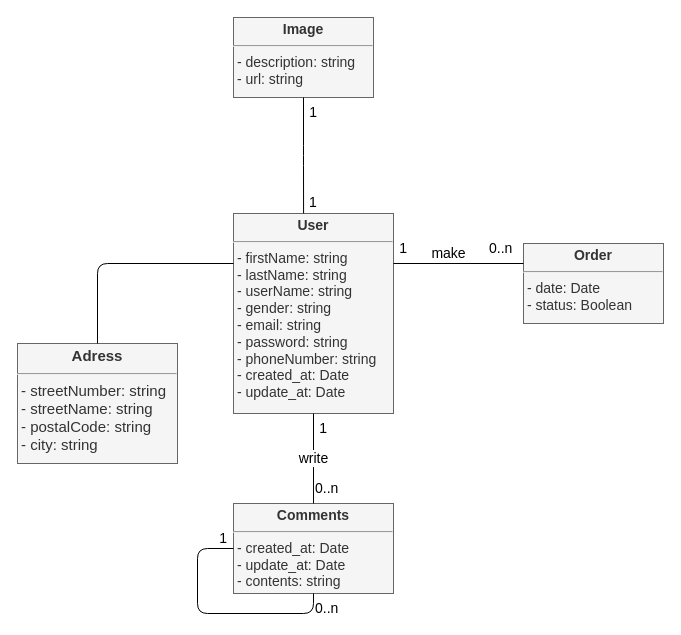
Ketut38/P9-wild-adventures keeps this draw.io diagram as fonctionnel/ms-user-class-diagram.drawio. Above is the earlier version. Source tidied: cells renumbered, new cells numbered last; positions are measured from the earlier drawing's top-left corner, leaving out a move shared by most shapes. Both pictures are drawn from the tidied source at 100%, with x=0, y=0 at pixel (17, 17).
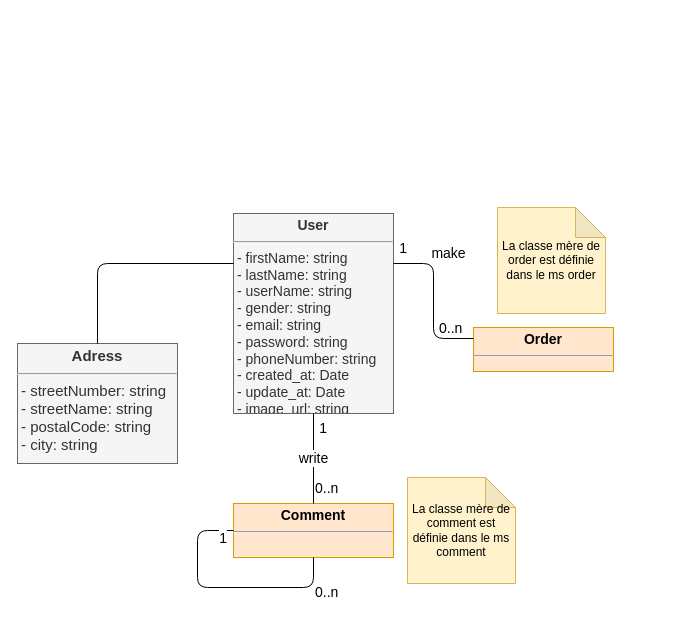
The same diagram, later.

Diff of the diagram source:
```diff
@@
-    <mxCell id="2" value="&lt;p style=&quot;margin: 4px 0px 0px ; text-align: center ; font-size: 14px&quot;&gt;&lt;b style=&quot;font-size: 14px&quot;&gt;&lt;font style=&quot;font-size: 14px&quot;&gt;User&lt;/font&gt;&lt;/b&gt;&lt;/p&gt;&lt;hr style=&quot;font-size: 14px&quot;&gt;&lt;p style=&quot;margin: 0px 0px 0px 4px ; font-size: 14px&quot;&gt;&lt;span style=&quot;font-size: 14px&quot;&gt;- firstName: string&lt;/span&gt;&lt;br style=&quot;font-size: 14px&quot;&gt;&lt;/p&gt;&lt;p style=&quot;margin: 0px 0px 0px 4px ; font-size: 14px&quot;&gt;&lt;font style=&quot;font-size: 14px&quot;&gt;- lastName: string&lt;br style=&quot;font-size: 14px&quot;&gt;&lt;/font&gt;&lt;/p&gt;&lt;p style=&quot;margin: 0px 0px 0px 4px ; font-size: 14px&quot;&gt;&lt;font style=&quot;font-size: 14px&quot;&gt;- userName: string&lt;/font&gt;&lt;/p&gt;&lt;p style=&quot;margin: 0px 0px 0px 4px ; font-size: 14px&quot;&gt;&lt;font style=&quot;font-size: 14px&quot;&gt;- gender: string&lt;/font&gt;&lt;/p&gt;&lt;p style=&quot;margin: 0px 0px 0px 4px ; font-size: 14px&quot;&gt;&lt;font style=&quot;font-size: 14px&quot;&gt;- email: string&lt;/font&gt;&lt;/p&gt;&lt;p style=&quot;margin: 0px 0px 0px 4px ; font-size: 14px&quot;&gt;&lt;font style=&quot;font-size: 14px&quot;&gt;- password: string&lt;/font&gt;&lt;/p&gt;&lt;p style=&quot;margin: 0px 0px 0px 4px ; font-size: 14px&quot;&gt;&lt;font style=&quot;font-size: 14px&quot;&gt;- phoneNumber: string&lt;/font&gt;&lt;/p&gt;&lt;p style=&quot;margin: 0px 0px 0px 4px ; font-size: 14px&quot;&gt;&lt;font style=&quot;font-size: 14px&quot;&gt;- created_at: Date&lt;/font&gt;&lt;/p&gt;&lt;p style=&quot;margin: 0px 0px 0px 4px ; font-size: 14px&quot;&gt;&lt;font style=&quot;font-size: 14px&quot;&gt;- update_at: Date&lt;/font&gt;&lt;/p&gt;&lt;p style=&quot;margin: 0px 0px 0px 4px ; font-size: 14px&quot;&gt;&lt;br style=&quot;font-size: 14px&quot;&gt;&lt;/p&gt;" style="verticalAlign=top;align=left;overflow=fill;fontSize=14;fontFamily=Helvetica;html=1;fillColor=#f5f5f5;strokeColor=#666666;fontColor=#333333;" parent="1" vertex="1">
+    <mxCell id="2" value="&lt;p style=&quot;margin: 4px 0px 0px ; text-align: center ; font-size: 14px&quot;&gt;&lt;b style=&quot;font-size: 14px&quot;&gt;&lt;font style=&quot;font-size: 14px&quot;&gt;User&lt;/font&gt;&lt;/b&gt;&lt;/p&gt;&lt;hr style=&quot;font-size: 14px&quot;&gt;&lt;p style=&quot;margin: 0px 0px 0px 4px ; font-size: 14px&quot;&gt;&lt;span style=&quot;font-size: 14px&quot;&gt;- firstName: string&lt;/span&gt;&lt;br style=&quot;font-size: 14px&quot;&gt;&lt;/p&gt;&lt;p style=&quot;margin: 0px 0px 0px 4px ; font-size: 14px&quot;&gt;&lt;font style=&quot;font-size: 14px&quot;&gt;- lastName: string&lt;br style=&quot;font-size: 14px&quot;&gt;&lt;/font&gt;&lt;/p&gt;&lt;p style=&quot;margin: 0px 0px 0px 4px ; font-size: 14px&quot;&gt;&lt;font style=&quot;font-size: 14px&quot;&gt;- userName: string&lt;/font&gt;&lt;/p&gt;&lt;p style=&quot;margin: 0px 0px 0px 4px ; font-size: 14px&quot;&gt;&lt;font style=&quot;font-size: 14px&quot;&gt;- gender: string&lt;/font&gt;&lt;/p&gt;&lt;p style=&quot;margin: 0px 0px 0px 4px ; font-size: 14px&quot;&gt;&lt;font style=&quot;font-size: 14px&quot;&gt;- email: string&lt;/font&gt;&lt;/p&gt;&lt;p style=&quot;margin: 0px 0px 0px 4px ; font-size: 14px&quot;&gt;&lt;font style=&quot;font-size: 14px&quot;&gt;- password: string&lt;/font&gt;&lt;/p&gt;&lt;p style=&quot;margin: 0px 0px 0px 4px ; font-size: 14px&quot;&gt;&lt;font style=&quot;font-size: 14px&quot;&gt;- phoneNumber: string&lt;/font&gt;&lt;/p&gt;&lt;p style=&quot;margin: 0px 0px 0px 4px ; font-size: 14px&quot;&gt;&lt;font style=&quot;font-size: 14px&quot;&gt;- created_at: Date&lt;/font&gt;&lt;/p&gt;&lt;p style=&quot;margin: 0px 0px 0px 4px ; font-size: 14px&quot;&gt;&lt;font style=&quot;font-size: 14px&quot;&gt;- update_at: Date&lt;/font&gt;&lt;/p&gt;&lt;p style=&quot;margin: 0px 0px 0px 4px ; font-size: 14px&quot;&gt;&lt;font style=&quot;font-size: 14px&quot;&gt;- image_url: string&lt;/font&gt;&lt;/p&gt;&lt;p style=&quot;margin: 0px 0px 0px 4px ; font-size: 14px&quot;&gt;&lt;br style=&quot;font-size: 14px&quot;&gt;&lt;/p&gt;" style="verticalAlign=top;align=left;overflow=fill;fontSize=14;fontFamily=Helvetica;html=1;fillColor=#f5f5f5;strokeColor=#666666;fontColor=#333333;" parent="1" vertex="1">
       <mxGeometry x="216" y="196" width="160" height="200" as="geometry" />
     </mxCell>
-    <mxCell id="3" value="&lt;p style=&quot;margin: 4px 0px 0px; text-align: center; font-size: 14px;&quot;&gt;&lt;b style=&quot;font-size: 14px;&quot;&gt;&lt;font style=&quot;font-size: 14px;&quot;&gt;Comments&lt;/font&gt;&lt;/b&gt;&lt;/p&gt;&lt;hr style=&quot;font-size: 14px;&quot;&gt;&lt;p style=&quot;margin: 0px 0px 0px 4px; font-size: 14px;&quot;&gt;- created_at: Date&lt;/p&gt;&lt;p style=&quot;margin: 0px 0px 0px 4px; font-size: 14px;&quot;&gt;&lt;span style=&quot;font-size: 14px;&quot;&gt;- update_at: Date&lt;/span&gt;&lt;/p&gt;&lt;p style=&quot;margin: 0px 0px 0px 4px; font-size: 14px;&quot;&gt;&lt;span style=&quot;font-size: 14px;&quot;&gt;- contents: string&lt;/span&gt;&lt;br style=&quot;font-size: 14px;&quot;&gt;&lt;/p&gt;" style="verticalAlign=top;align=left;overflow=fill;fontSize=14;fontFamily=Helvetica;html=1;fillColor=#f5f5f5;strokeColor=#666666;fontColor=#333333;" parent="1" vertex="1">
-      <mxGeometry x="216" y="486" width="160" height="90" as="geometry" />
+    <mxCell id="3" value="&lt;p style=&quot;margin: 4px 0px 0px ; text-align: center ; font-size: 14px&quot;&gt;&lt;b style=&quot;font-size: 14px&quot;&gt;&lt;font style=&quot;font-size: 14px&quot;&gt;Comment&lt;/font&gt;&lt;/b&gt;&lt;/p&gt;&lt;hr style=&quot;font-size: 14px&quot;&gt;&lt;p style=&quot;margin: 0px 0px 0px 4px ; font-size: 14px&quot;&gt;&lt;br&gt;&lt;/p&gt;" style="verticalAlign=top;align=left;overflow=fill;fontSize=14;fontFamily=Helvetica;html=1;fillColor=#ffe6cc;strokeColor=#d79b00;" parent="1" vertex="1">
+      <mxGeometry x="216" y="486" width="160" height="54" as="geometry" />
     </mxCell>
-    <mxCell id="4" value="&lt;p style=&quot;margin: 4px 0px 0px; text-align: center; font-size: 14px;&quot;&gt;&lt;b style=&quot;font-size: 14px;&quot;&gt;&lt;font style=&quot;font-size: 14px;&quot;&gt;Order&lt;/font&gt;&lt;/b&gt;&lt;/p&gt;&lt;hr style=&quot;font-size: 14px;&quot;&gt;&lt;p style=&quot;margin: 0px 0px 0px 4px; font-size: 14px;&quot;&gt;&lt;/p&gt;&lt;span style=&quot;font-size: 14px;&quot;&gt;&amp;nbsp;- date: Date&lt;br style=&quot;font-size: 14px;&quot;&gt;&amp;nbsp;- status: Boolean&lt;br style=&quot;font-size: 14px;&quot;&gt;&lt;/span&gt;" style="verticalAlign=top;align=left;overflow=fill;fontSize=14;fontFamily=Helvetica;html=1;fillColor=#f5f5f5;strokeColor=#666666;fontColor=#333333;" parent="1" vertex="1">
-      <mxGeometry x="506" y="226" width="140" height="80" as="geometry" />
+    <mxCell id="4" value="&lt;p style=&quot;margin: 4px 0px 0px ; text-align: center ; font-size: 14px&quot;&gt;&lt;b style=&quot;font-size: 14px&quot;&gt;&lt;font style=&quot;font-size: 14px&quot;&gt;Order&lt;/font&gt;&lt;/b&gt;&lt;/p&gt;&lt;hr style=&quot;font-size: 14px&quot;&gt;&lt;p style=&quot;margin: 0px 0px 0px 4px ; font-size: 14px&quot;&gt;&lt;/p&gt;&lt;span style=&quot;font-size: 14px&quot;&gt;&amp;nbsp;&lt;br style=&quot;font-size: 14px&quot;&gt;&lt;/span&gt;" style="verticalAlign=top;align=left;overflow=fill;fontSize=14;fontFamily=Helvetica;html=1;fillColor=#ffe6cc;strokeColor=#d79b00;" parent="1" vertex="1">
+      <mxGeometry x="456" y="310" width="140" height="44" as="geometry" />
     </mxCell>
@@
     <mxCell id="9" style="endArrow=none;html=1;exitX=0;exitY=0.5;exitDx=0;exitDy=0;entryX=0.5;entryY=1;entryDx=0;entryDy=0;fontSize=14;" parent="1" edge="1" source="3" target="3">
       <mxGeometry relative="1" as="geometry">
         <Array as="points">
-          <mxPoint x="180" y="531" />
-          <mxPoint x="180" y="596" />
-          <mxPoint x="296" y="596" />
+          <mxPoint x="180" y="513" />
+          <mxPoint x="180" y="570" />
+          <mxPoint x="296" y="570" />
         </Array>
       </mxGeometry>
     </mxCell>
@@
     <mxCell id="14" value="0..n" style="html=1;align=left;verticalAlign=top;labelBackgroundColor=#ffffff;fontSize=14;" parent="1" vertex="1">
-      <mxGeometry x="470" y="216" as="geometry" />
+      <mxGeometry x="420" y="296" as="geometry" />
     </mxCell>
     <mxCell id="15" value="0..n" style="html=1;align=left;verticalAlign=top;labelBackgroundColor=#ffffff;fontSize=14;" parent="1" vertex="1">
-      <mxGeometry x="296" y="576" as="geometry" />
+      <mxGeometry x="296" y="560" as="geometry" />
     </mxCell>
@@
-    <mxCell id="17" value="&lt;p style=&quot;margin: 4px 0px 0px ; text-align: center ; font-size: 14px&quot;&gt;&lt;b style=&quot;font-size: 14px&quot;&gt;&lt;font style=&quot;font-size: 14px&quot;&gt;Image&lt;/font&gt;&lt;/b&gt;&lt;/p&gt;&lt;hr style=&quot;font-size: 14px&quot;&gt;&lt;p style=&quot;margin: 0px 0px 0px 4px ; font-size: 14px&quot;&gt;&lt;/p&gt;&lt;span style=&quot;font-size: 14px&quot;&gt;&amp;nbsp;- description: string&lt;br style=&quot;font-size: 14px&quot;&gt;&amp;nbsp;- url: string&lt;br&gt;&lt;br&gt;&lt;br style=&quot;font-size: 14px&quot;&gt;&lt;/span&gt;" style="verticalAlign=top;align=left;overflow=fill;fontSize=14;fontFamily=Helvetica;html=1;fillColor=#f5f5f5;strokeColor=#666666;fontColor=#333333;" parent="1" vertex="1">
-      <mxGeometry x="216" width="140" height="80" as="geometry" />
-    </mxCell>
-    <mxCell id="18" style="endArrow=none;html=1;endSize=12;startArrow=none;startSize=14;startFill=0;edgeStyle=orthogonalEdgeStyle;exitX=0.5;exitY=1;exitDx=0;exitDy=0;entryX=0.438;entryY=0;entryDx=0;entryDy=0;endFill=0;fontSize=14;entryPerimeter=0;" parent="1" edge="1" source="17" target="2">
-      <mxGeometry relative="1" as="geometry" />
-    </mxCell>
-    <mxCell id="19" value="1" style="html=1;align=left;verticalAlign=top;labelBackgroundColor=#ffffff;fontSize=14;" parent="18" vertex="1">
-      <mxGeometry x="-1" relative="1" as="geometry">
-        <mxPoint x="4" y="90" as="offset" />
-      </mxGeometry>
-    </mxCell>
-    <mxCell id="20" value="1" style="html=1;align=right;verticalAlign=top;labelBackgroundColor=#ffffff;fontSize=14;" parent="18" vertex="1">
-      <mxGeometry x="1" relative="1" as="geometry">
-        <mxPoint x="14" y="-115.9" as="offset" />
-      </mxGeometry>
-    </mxCell>
+    <mxCell id="21" value="La classe mère de order est définie dans le ms order" style="shape=note;whiteSpace=wrap;html=1;backgroundOutline=1;darkOpacity=0.05;fillColor=#fff2cc;strokeColor=#d6b656;" parent="1" vertex="1">
+      <mxGeometry x="480" y="190" width="108" height="106" as="geometry" />
+    </mxCell>
+    <mxCell id="22" value="La classe mère de comment est définie dans le ms comment" style="shape=note;whiteSpace=wrap;html=1;backgroundOutline=1;darkOpacity=0.05;fillColor=#fff2cc;strokeColor=#d6b656;" parent="1" vertex="1">
+      <mxGeometry x="390" y="460" width="108" height="106" as="geometry" />
+    </mxCell>
```
